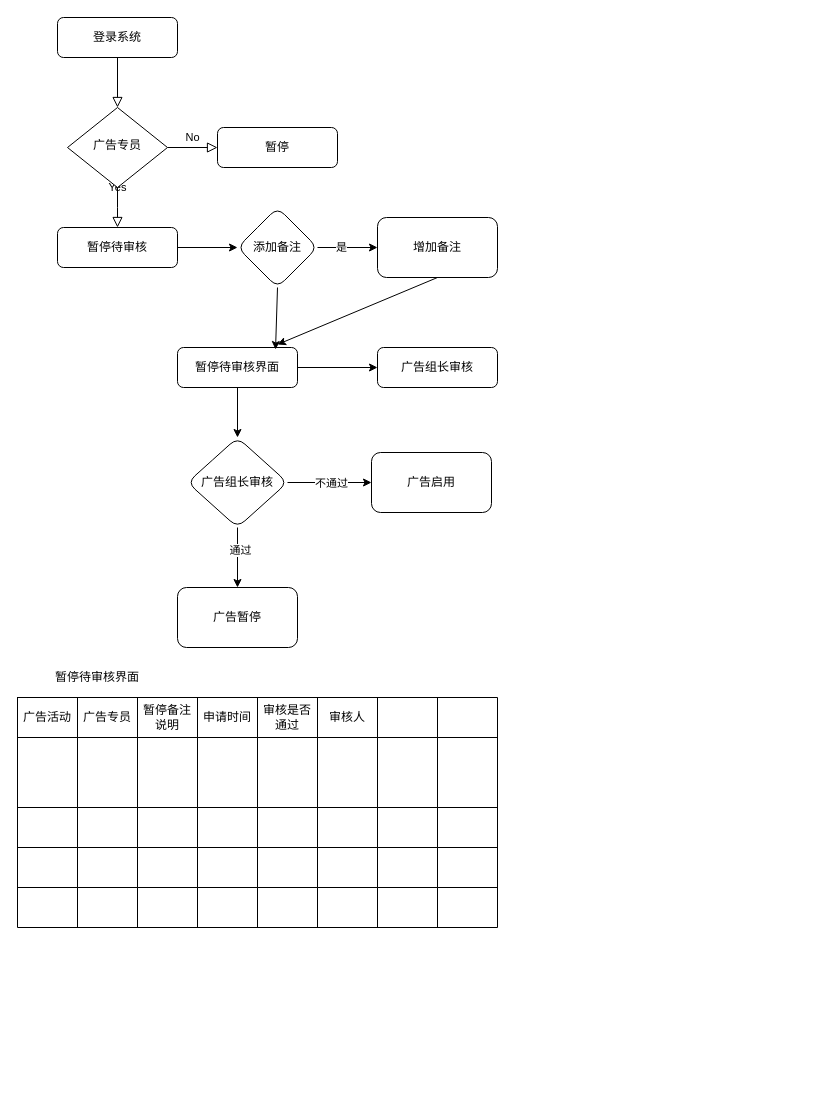
Above: 暂停待审核流程.drawio in andychang88/books.com (draw.io), before the change. Source tidied: cells renumbered, new cells numbered last; positions are measured from the earlier drawing's top-left corner, leaving out a move shared by most shapes. Both pictures are drawn from the tidied source at 100%, with x=0, y=0 at pixel (17, 17).
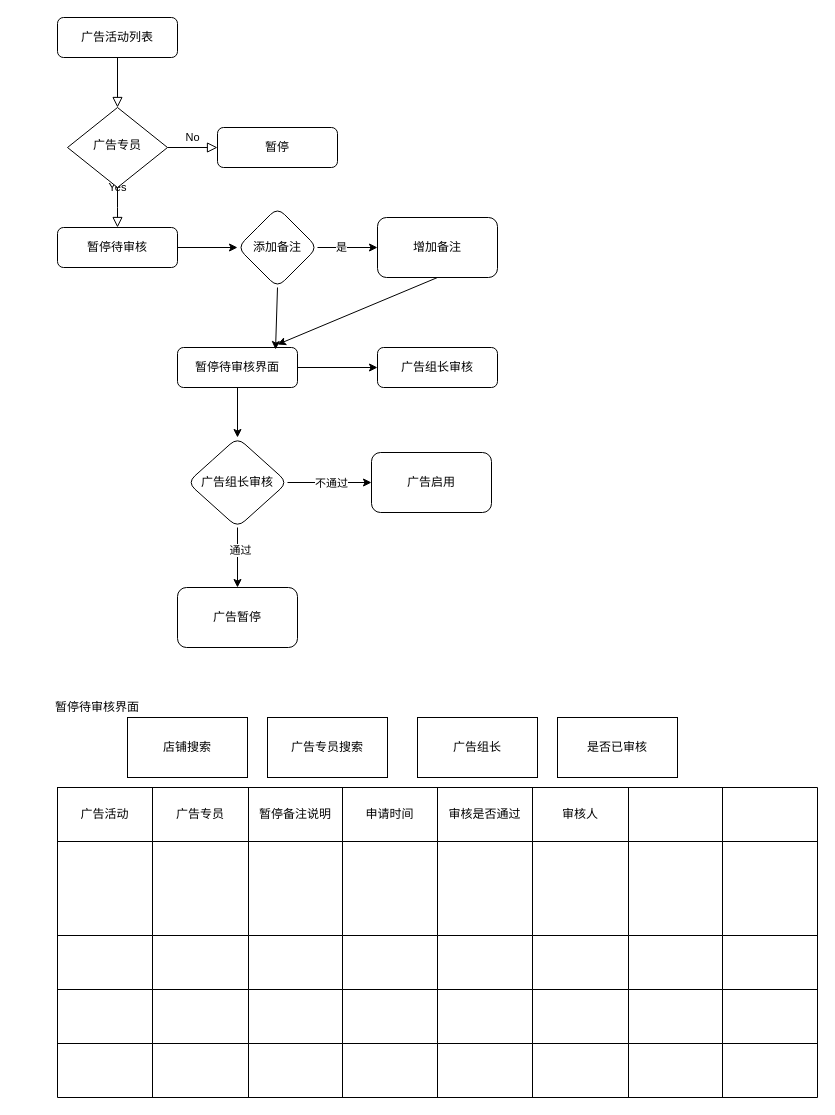
The same page after the edit.

Commit message:
Update 暂停待审核流程.drawio

Change to the diagram source:
```diff
@@
-    <mxCell id="3" value="登录系统" style="rounded=1;whiteSpace=wrap;html=1;fontSize=12;glass=0;strokeWidth=1;shadow=0;" parent="1" vertex="1">
+    <mxCell id="3" value="广告活动列表" style="rounded=1;whiteSpace=wrap;html=1;fontSize=12;glass=0;strokeWidth=1;shadow=0;" parent="1" vertex="1">
       <mxGeometry x="40" width="120" height="40" as="geometry" />
     </mxCell>
@@
     <mxCell id="21" style="shape=table;html=1;whiteSpace=wrap;startSize=0;childLayout=tableLayout;" parent="1" vertex="1">
-      <mxGeometry y="680" width="480" height="230" as="geometry" />
+      <mxGeometry x="40" y="770" width="760" height="310" as="geometry" />
     </mxCell>
     <mxCell id="22" style="shape=partialRectangle;html=1;whiteSpace=wrap;fillColor=none;top=0;left=0;bottom=0;right=0;" parent="21" vertex="1">
-      <mxGeometry width="480" height="40" as="geometry" />
+      <mxGeometry width="760" height="54" as="geometry" />
     </mxCell>
     <mxCell id="23" value="广告活动" style="shape=partialRectangle;html=1;whiteSpace=wrap;overflow=hidden;fillColor=none;top=0;left=0;bottom=0;right=0;" parent="22" vertex="1">
-      <mxGeometry width="60" height="40" as="geometry" />
+      <mxGeometry width="95" height="54" as="geometry" />
     </mxCell>
     <mxCell id="24" value="广告专员" style="shape=partialRectangle;html=1;whiteSpace=wrap;overflow=hidden;fillColor=none;top=0;left=0;bottom=0;right=0;" parent="22" vertex="1">
-      <mxGeometry x="60" width="60" height="40" as="geometry" />
+      <mxGeometry x="95" width="96" height="54" as="geometry" />
     </mxCell>
     <mxCell id="25" value="暂停备注说明" style="shape=partialRectangle;html=1;whiteSpace=wrap;overflow=hidden;fillColor=none;top=0;left=0;bottom=0;right=0;" parent="22" vertex="1">
-      <mxGeometry x="120" width="60" height="40" as="geometry" />
+      <mxGeometry x="191" width="94" height="54" as="geometry" />
     </mxCell>
     <mxCell id="26" value="申请时间" style="shape=partialRectangle;html=1;whiteSpace=wrap;overflow=hidden;fillColor=none;top=0;left=0;bottom=0;right=0;" parent="22" vertex="1">
-      <mxGeometry x="180" width="60" height="40" as="geometry" />
+      <mxGeometry x="285" width="95" height="54" as="geometry" />
     </mxCell>
     <mxCell id="27" value="审核是否通过" style="shape=partialRectangle;html=1;whiteSpace=wrap;overflow=hidden;fillColor=none;top=0;left=0;bottom=0;right=0;" parent="22" vertex="1">
-      <mxGeometry x="240" width="60" height="40" as="geometry" />
+      <mxGeometry x="380" width="95" height="54" as="geometry" />
     </mxCell>
     <mxCell id="28" value="审核人" style="shape=partialRectangle;html=1;whiteSpace=wrap;overflow=hidden;fillColor=none;top=0;left=0;bottom=0;right=0;" parent="22" vertex="1">
-      <mxGeometry x="300" width="60" height="40" as="geometry" />
+      <mxGeometry x="475" width="96" height="54" as="geometry" />
     </mxCell>
     <mxCell id="29" style="shape=partialRectangle;html=1;whiteSpace=wrap;overflow=hidden;fillColor=none;top=0;left=0;bottom=0;right=0;" parent="22" vertex="1">
-      <mxGeometry x="360" width="60" height="40" as="geometry" />
+      <mxGeometry x="571" width="94" height="54" as="geometry" />
     </mxCell>
     <mxCell id="30" style="shape=partialRectangle;html=1;whiteSpace=wrap;overflow=hidden;fillColor=none;top=0;left=0;bottom=0;right=0;" parent="22" vertex="1">
-      <mxGeometry x="420" width="60" height="40" as="geometry" />
+      <mxGeometry x="665" width="95" height="54" as="geometry" />
     </mxCell>
     <mxCell id="31" style="shape=partialRectangle;html=1;whiteSpace=wrap;fillColor=none;top=0;left=0;bottom=0;right=0;" parent="21" vertex="1">
-      <mxGeometry y="40" width="480" height="70" as="geometry" />
+      <mxGeometry y="54" width="760" height="94" as="geometry" />
     </mxCell>
     <mxCell id="32" style="shape=partialRectangle;html=1;whiteSpace=wrap;overflow=hidden;fillColor=none;top=0;left=0;bottom=0;right=0;" parent="31" vertex="1">
-      <mxGeometry width="60" height="70" as="geometry" />
+      <mxGeometry width="95" height="94" as="geometry" />
     </mxCell>
     <mxCell id="33" style="shape=partialRectangle;html=1;whiteSpace=wrap;overflow=hidden;fillColor=none;top=0;left=0;bottom=0;right=0;" parent="31" vertex="1">
-      <mxGeometry x="60" width="60" height="70" as="geometry" />
+      <mxGeometry x="95" width="96" height="94" as="geometry" />
     </mxCell>
     <mxCell id="34" style="shape=partialRectangle;html=1;whiteSpace=wrap;overflow=hidden;fillColor=none;top=0;left=0;bottom=0;right=0;" parent="31" vertex="1">
-      <mxGeometry x="120" width="60" height="70" as="geometry" />
+      <mxGeometry x="191" width="94" height="94" as="geometry" />
     </mxCell>
     <mxCell id="35" style="shape=partialRectangle;html=1;whiteSpace=wrap;overflow=hidden;fillColor=none;top=0;left=0;bottom=0;right=0;" parent="31" vertex="1">
-      <mxGeometry x="180" width="60" height="70" as="geometry" />
+      <mxGeometry x="285" width="95" height="94" as="geometry" />
     </mxCell>
     <mxCell id="36" style="shape=partialRectangle;html=1;whiteSpace=wrap;overflow=hidden;fillColor=none;top=0;left=0;bottom=0;right=0;" parent="31" vertex="1">
-      <mxGeometry x="240" width="60" height="70" as="geometry" />
+      <mxGeometry x="380" width="95" height="94" as="geometry" />
     </mxCell>
     <mxCell id="37" style="shape=partialRectangle;html=1;whiteSpace=wrap;overflow=hidden;fillColor=none;top=0;left=0;bottom=0;right=0;" parent="31" vertex="1">
-      <mxGeometry x="300" width="60" height="70" as="geometry" />
+      <mxGeometry x="475" width="96" height="94" as="geometry" />
     </mxCell>
     <mxCell id="38" style="shape=partialRectangle;html=1;whiteSpace=wrap;overflow=hidden;fillColor=none;top=0;left=0;bottom=0;right=0;" parent="31" vertex="1">
-      <mxGeometry x="360" width="60" height="70" as="geometry" />
+      <mxGeometry x="571" width="94" height="94" as="geometry" />
     </mxCell>
     <mxCell id="39" style="shape=partialRectangle;html=1;whiteSpace=wrap;overflow=hidden;fillColor=none;top=0;left=0;bottom=0;right=0;" parent="31" vertex="1">
-      <mxGeometry x="420" width="60" height="70" as="geometry" />
+      <mxGeometry x="665" width="95" height="94" as="geometry" />
     </mxCell>
     <mxCell id="40" style="shape=partialRectangle;html=1;whiteSpace=wrap;fillColor=none;top=0;left=0;bottom=0;right=0;" parent="21" vertex="1">
-      <mxGeometry y="110" width="480" height="40" as="geometry" />
+      <mxGeometry y="148" width="760" height="54" as="geometry" />
     </mxCell>
     <mxCell id="41" style="shape=partialRectangle;html=1;whiteSpace=wrap;overflow=hidden;fillColor=none;top=0;left=0;bottom=0;right=0;" parent="40" vertex="1">
-      <mxGeometry width="60" height="40" as="geometry" />
+      <mxGeometry width="95" height="54" as="geometry" />
     </mxCell>
     <mxCell id="42" style="shape=partialRectangle;html=1;whiteSpace=wrap;overflow=hidden;fillColor=none;top=0;left=0;bottom=0;right=0;" parent="40" vertex="1">
-      <mxGeometry x="60" width="60" height="40" as="geometry" />
+      <mxGeometry x="95" width="96" height="54" as="geometry" />
     </mxCell>
     <mxCell id="43" style="shape=partialRectangle;html=1;whiteSpace=wrap;overflow=hidden;fillColor=none;top=0;left=0;bottom=0;right=0;" parent="40" vertex="1">
-      <mxGeometry x="120" width="60" height="40" as="geometry" />
+      <mxGeometry x="191" width="94" height="54" as="geometry" />
     </mxCell>
     <mxCell id="44" style="shape=partialRectangle;html=1;whiteSpace=wrap;overflow=hidden;fillColor=none;top=0;left=0;bottom=0;right=0;" parent="40" vertex="1">
-      <mxGeometry x="180" width="60" height="40" as="geometry" />
+      <mxGeometry x="285" width="95" height="54" as="geometry" />
     </mxCell>
     <mxCell id="45" style="shape=partialRectangle;html=1;whiteSpace=wrap;overflow=hidden;fillColor=none;top=0;left=0;bottom=0;right=0;" parent="40" vertex="1">
-      <mxGeometry x="240" width="60" height="40" as="geometry" />
+      <mxGeometry x="380" width="95" height="54" as="geometry" />
     </mxCell>
     <mxCell id="46" style="shape=partialRectangle;html=1;whiteSpace=wrap;overflow=hidden;fillColor=none;top=0;left=0;bottom=0;right=0;" parent="40" vertex="1">
-      <mxGeometry x="300" width="60" height="40" as="geometry" />
+      <mxGeometry x="475" width="96" height="54" as="geometry" />
     </mxCell>
     <mxCell id="47" style="shape=partialRectangle;html=1;whiteSpace=wrap;overflow=hidden;fillColor=none;top=0;left=0;bottom=0;right=0;" parent="40" vertex="1">
-      <mxGeometry x="360" width="60" height="40" as="geometry" />
+      <mxGeometry x="571" width="94" height="54" as="geometry" />
     </mxCell>
     <mxCell id="48" style="shape=partialRectangle;html=1;whiteSpace=wrap;overflow=hidden;fillColor=none;top=0;left=0;bottom=0;right=0;" parent="40" vertex="1">
-      <mxGeometry x="420" width="60" height="40" as="geometry" />
+      <mxGeometry x="665" width="95" height="54" as="geometry" />
     </mxCell>
     <mxCell id="49" style="shape=partialRectangle;html=1;whiteSpace=wrap;fillColor=none;top=0;left=0;bottom=0;right=0;" parent="21" vertex="1">
-      <mxGeometry y="150" width="480" height="40" as="geometry" />
+      <mxGeometry y="202" width="760" height="54" as="geometry" />
     </mxCell>
     <mxCell id="50" style="shape=partialRectangle;html=1;whiteSpace=wrap;overflow=hidden;fillColor=none;top=0;left=0;bottom=0;right=0;" parent="49" vertex="1">
-      <mxGeometry width="60" height="40" as="geometry" />
+      <mxGeometry width="95" height="54" as="geometry" />
     </mxCell>
     <mxCell id="51" style="shape=partialRectangle;html=1;whiteSpace=wrap;overflow=hidden;fillColor=none;top=0;left=0;bottom=0;right=0;" parent="49" vertex="1">
-      <mxGeometry x="60" width="60" height="40" as="geometry" />
+      <mxGeometry x="95" width="96" height="54" as="geometry" />
     </mxCell>
     <mxCell id="52" style="shape=partialRectangle;html=1;whiteSpace=wrap;overflow=hidden;fillColor=none;top=0;left=0;bottom=0;right=0;" parent="49" vertex="1">
-      <mxGeometry x="120" width="60" height="40" as="geometry" />
+      <mxGeometry x="191" width="94" height="54" as="geometry" />
     </mxCell>
     <mxCell id="53" style="shape=partialRectangle;html=1;whiteSpace=wrap;overflow=hidden;fillColor=none;top=0;left=0;bottom=0;right=0;" parent="49" vertex="1">
-      <mxGeometry x="180" width="60" height="40" as="geometry" />
+      <mxGeometry x="285" width="95" height="54" as="geometry" />
     </mxCell>
     <mxCell id="54" style="shape=partialRectangle;html=1;whiteSpace=wrap;overflow=hidden;fillColor=none;top=0;left=0;bottom=0;right=0;" parent="49" vertex="1">
-      <mxGeometry x="240" width="60" height="40" as="geometry" />
+      <mxGeometry x="380" width="95" height="54" as="geometry" />
     </mxCell>
     <mxCell id="55" style="shape=partialRectangle;html=1;whiteSpace=wrap;overflow=hidden;fillColor=none;top=0;left=0;bottom=0;right=0;" parent="49" vertex="1">
-      <mxGeometry x="300" width="60" height="40" as="geometry" />
+      <mxGeometry x="475" width="96" height="54" as="geometry" />
     </mxCell>
     <mxCell id="56" style="shape=partialRectangle;html=1;whiteSpace=wrap;overflow=hidden;fillColor=none;top=0;left=0;bottom=0;right=0;" parent="49" vertex="1">
-      <mxGeometry x="360" width="60" height="40" as="geometry" />
+      <mxGeometry x="571" width="94" height="54" as="geometry" />
     </mxCell>
     <mxCell id="57" style="shape=partialRectangle;html=1;whiteSpace=wrap;overflow=hidden;fillColor=none;top=0;left=0;bottom=0;right=0;" parent="49" vertex="1">
-      <mxGeometry x="420" width="60" height="40" as="geometry" />
+      <mxGeometry x="665" width="95" height="54" as="geometry" />
     </mxCell>
     <mxCell id="58" style="shape=partialRectangle;html=1;whiteSpace=wrap;fillColor=none;top=0;left=0;bottom=0;right=0;" parent="21" vertex="1">
-      <mxGeometry y="190" width="480" height="40" as="geometry" />
+      <mxGeometry y="256" width="760" height="54" as="geometry" />
     </mxCell>
     <mxCell id="59" style="shape=partialRectangle;html=1;whiteSpace=wrap;overflow=hidden;fillColor=none;top=0;left=0;bottom=0;right=0;" parent="58" vertex="1">
-      <mxGeometry width="60" height="40" as="geometry" />
+      <mxGeometry width="95" height="54" as="geometry" />
     </mxCell>
     <mxCell id="60" style="shape=partialRectangle;html=1;whiteSpace=wrap;overflow=hidden;fillColor=none;top=0;left=0;bottom=0;right=0;" parent="58" vertex="1">
-      <mxGeometry x="60" width="60" height="40" as="geometry" />
+      <mxGeometry x="95" width="96" height="54" as="geometry" />
     </mxCell>
     <mxCell id="61" style="shape=partialRectangle;html=1;whiteSpace=wrap;overflow=hidden;fillColor=none;top=0;left=0;bottom=0;right=0;" parent="58" vertex="1">
-      <mxGeometry x="120" width="60" height="40" as="geometry" />
+      <mxGeometry x="191" width="94" height="54" as="geometry" />
     </mxCell>
     <mxCell id="62" style="shape=partialRectangle;html=1;whiteSpace=wrap;overflow=hidden;fillColor=none;top=0;left=0;bottom=0;right=0;" parent="58" vertex="1">
-      <mxGeometry x="180" width="60" height="40" as="geometry" />
+      <mxGeometry x="285" width="95" height="54" as="geometry" />
     </mxCell>
     <mxCell id="63" style="shape=partialRectangle;html=1;whiteSpace=wrap;overflow=hidden;fillColor=none;top=0;left=0;bottom=0;right=0;" parent="58" vertex="1">
-      <mxGeometry x="240" width="60" height="40" as="geometry" />
+      <mxGeometry x="380" width="95" height="54" as="geometry" />
     </mxCell>
     <mxCell id="64" style="shape=partialRectangle;html=1;whiteSpace=wrap;overflow=hidden;fillColor=none;top=0;left=0;bottom=0;right=0;" parent="58" vertex="1">
-      <mxGeometry x="300" width="60" height="40" as="geometry" />
+      <mxGeometry x="475" width="96" height="54" as="geometry" />
     </mxCell>
     <mxCell id="65" style="shape=partialRectangle;html=1;whiteSpace=wrap;overflow=hidden;fillColor=none;top=0;left=0;bottom=0;right=0;" parent="58" vertex="1">
-      <mxGeometry x="360" width="60" height="40" as="geometry" />
+      <mxGeometry x="571" width="94" height="54" as="geometry" />
     </mxCell>
     <mxCell id="66" style="shape=partialRectangle;html=1;whiteSpace=wrap;overflow=hidden;fillColor=none;top=0;left=0;bottom=0;right=0;" parent="58" vertex="1">
-      <mxGeometry x="420" width="60" height="40" as="geometry" />
+      <mxGeometry x="665" width="95" height="54" as="geometry" />
     </mxCell>
     <mxCell id="67" value="暂停待审核界面" style="text;html=1;strokeColor=none;fillColor=none;align=center;verticalAlign=middle;whiteSpace=wrap;rounded=0;" parent="1" vertex="1">
-      <mxGeometry y="650" width="160" height="20" as="geometry" />
+      <mxGeometry y="680" width="160" height="20" as="geometry" />
     </mxCell>
@@
+    <mxCell id="74" value="店铺搜索" style="rounded=0;whiteSpace=wrap;html=1;" parent="1" vertex="1">
+      <mxGeometry x="110" y="700" width="120" height="60" as="geometry" />
+    </mxCell>
+    <mxCell id="75" value="广告专员搜索" style="rounded=0;whiteSpace=wrap;html=1;" parent="1" vertex="1">
+      <mxGeometry x="250" y="700" width="120" height="60" as="geometry" />
+    </mxCell>
+    <mxCell id="76" value="广告组长" style="rounded=0;whiteSpace=wrap;html=1;" parent="1" vertex="1">
+      <mxGeometry x="400" y="700" width="120" height="60" as="geometry" />
+    </mxCell>
+    <mxCell id="77" value="是否已审核" style="rounded=0;whiteSpace=wrap;html=1;" parent="1" vertex="1">
+      <mxGeometry x="540" y="700" width="120" height="60" as="geometry" />
+    </mxCell>
```
